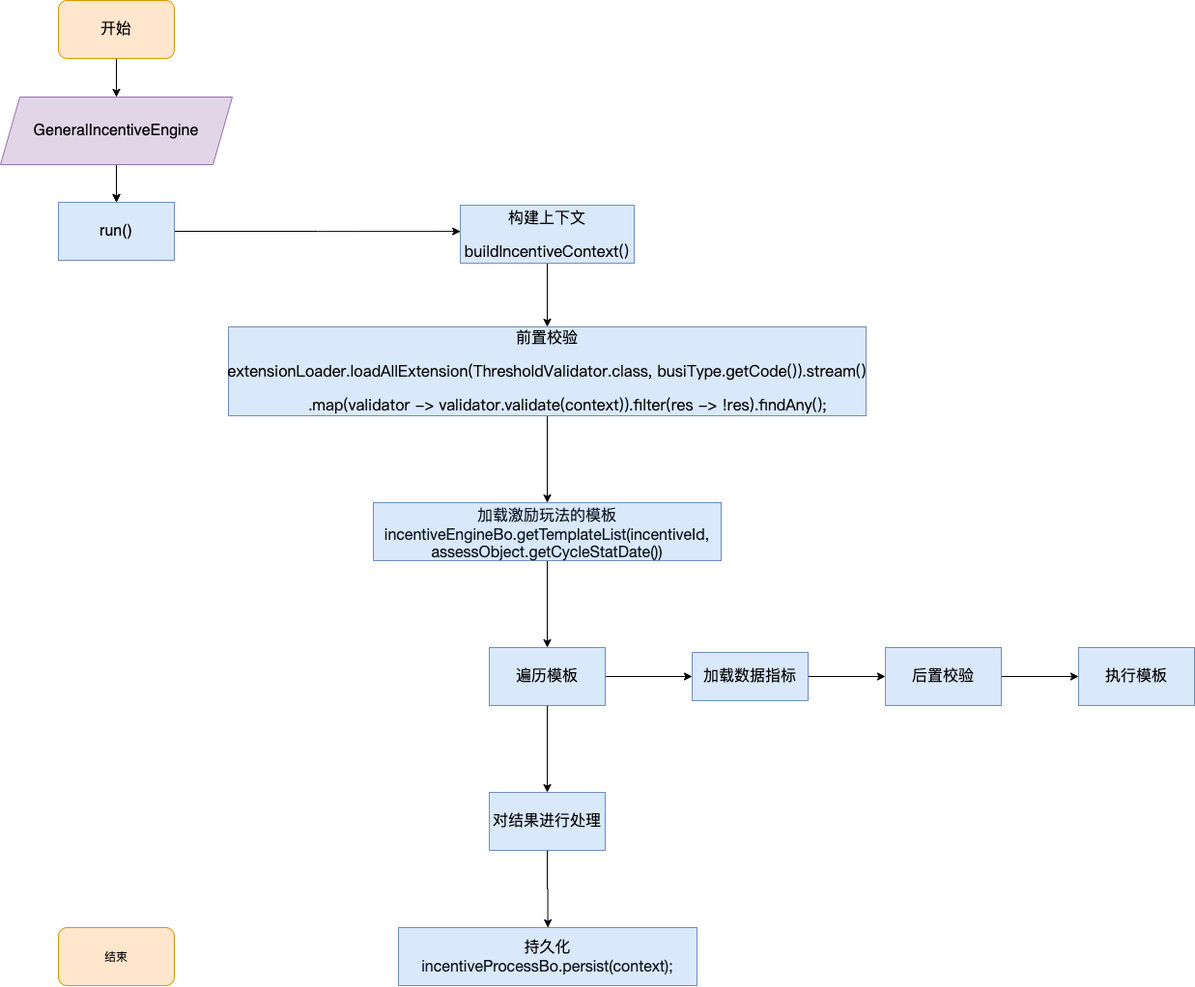
The draw.io diagram 激励业务流程.png in Martina001/diagram, before a commit. Source tidied: cells renumbered, new cells last; positions are measured from the earlier drawing's top-left corner, leaving out a move shared by most shapes. The source it was exported from:
```xml
<mxGraphModel>
  <root>
    <mxCell id="0" />
    <mxCell id="1" parent="0" />
    <mxCell id="2" style="edgeStyle=orthogonalEdgeStyle;rounded=0;jettySize=auto;html=1;fontSize=16;" parent="1" edge="1" source="3" target="6">
      <mxGeometry relative="1" as="geometry" />
    </mxCell>
    <mxCell id="3" value="开始" style="rounded=1;whiteSpace=wrap;html=1;fillColor=#ffe6cc;strokeColor=#d79b00;fontSize=16;" parent="1" vertex="1">
      <mxGeometry x="60" width="120" height="60" as="geometry" />
    </mxCell>
    <mxCell id="4" style="edgeStyle=orthogonalEdgeStyle;rounded=0;jettySize=auto;html=1;fontSize=16;" parent="1" edge="1" source="6" target="8">
      <mxGeometry relative="1" as="geometry" />
    </mxCell>
    <mxCell id="5" style="edgeStyle=orthogonalEdgeStyle;rounded=0;jettySize=auto;html=1;fontSize=16;" parent="1" edge="1" source="6" target="8">
      <mxGeometry relative="1" as="geometry" />
    </mxCell>
    <mxCell id="6" value="GeneralIncentiveEngine" style="shape=parallelogram;perimeter=parallelogramPerimeter;whiteSpace=wrap;html=1;fixedSize=1;fillColor=#e1d5e7;strokeColor=#9673a6;fontSize=16;" parent="1" vertex="1">
      <mxGeometry y="100" width="240" height="70" as="geometry" />
    </mxCell>
    <mxCell id="7" style="edgeStyle=orthogonalEdgeStyle;rounded=0;jettySize=auto;html=1;entryX=0.001;entryY=0.452;entryDx=0;entryDy=0;entryPerimeter=0;fontSize=16;" parent="1" edge="1" source="8" target="10">
      <mxGeometry relative="1" as="geometry" />
    </mxCell>
    <mxCell id="8" value="run()" style="whiteSpace=wrap;html=1;fillColor=#dae8fc;strokeColor=#6c8ebf;fontSize=16;" parent="1" vertex="1">
      <mxGeometry x="60" y="209" width="120" height="60" as="geometry" />
    </mxCell>
    <mxCell id="9" style="edgeStyle=orthogonalEdgeStyle;rounded=0;jettySize=auto;html=1;fontSize=16;" parent="1" edge="1" source="10" target="12">
      <mxGeometry relative="1" as="geometry" />
    </mxCell>
    <mxCell id="10" value="&lt;pre style=&quot;font-family: &amp;#34;jetbrains mono&amp;#34;&quot;&gt;&lt;font style=&quot;font-size: 16px&quot;&gt;构建上下文&lt;/font&gt;&lt;/pre&gt;&lt;pre style=&quot;font-family: &amp;#34;jetbrains mono&amp;#34;&quot;&gt;&lt;font style=&quot;font-size: 16px&quot;&gt;buildIncentiveContext()&lt;/font&gt;&lt;/pre&gt;" style="whiteSpace=wrap;html=1;fillColor=#dae8fc;strokeColor=#6c8ebf;fontSize=16;" parent="1" vertex="1">
      <mxGeometry x="476" y="212" width="180" height="60" as="geometry" />
    </mxCell>
    <mxCell id="11" style="edgeStyle=orthogonalEdgeStyle;rounded=0;jettySize=auto;html=1;fontSize=16;" parent="1" edge="1" source="12" target="14">
      <mxGeometry relative="1" as="geometry" />
    </mxCell>
    <mxCell id="12" value="&lt;pre style=&quot;font-family: &amp;#34;jetbrains mono&amp;#34;&quot;&gt;&lt;font style=&quot;font-size: 16px&quot;&gt;前置校验&lt;/font&gt;&lt;/pre&gt;&lt;pre style=&quot;font-family: &amp;#34;jetbrains mono&amp;#34;&quot;&gt;&lt;font style=&quot;font-size: 16px&quot;&gt;extensionLoader.loadAllExtension(ThresholdValidator.class, busiType.getCode()).stream()&lt;/font&gt;&lt;/pre&gt;&lt;pre style=&quot;font-family: &amp;#34;jetbrains mono&amp;#34;&quot;&gt;&lt;font style=&quot;font-size: 16px&quot;&gt;        .map(validator -&amp;gt; validator.validate(context)).filter(res -&amp;gt; !res).findAny();&lt;/font&gt;&lt;/pre&gt;" style="whiteSpace=wrap;html=1;fillColor=#dae8fc;strokeColor=#6c8ebf;fontSize=16;" parent="1" vertex="1">
      <mxGeometry x="236" y="338" width="660" height="92" as="geometry" />
    </mxCell>
    <mxCell id="13" style="edgeStyle=orthogonalEdgeStyle;rounded=0;jettySize=auto;html=1;fontSize=16;" parent="1" edge="1" source="14" target="17">
      <mxGeometry relative="1" as="geometry" />
    </mxCell>
    <mxCell id="14" value="&lt;p class=&quot;p1&quot; style=&quot;margin: 0px ; font-stretch: normal ; line-height: normal ; font-family: &amp;#34;helvetica neue&amp;#34; ; color: rgb(15 , 23 , 33)&quot;&gt;&lt;font style=&quot;font-size: 16px&quot;&gt;加载激励玩法的模板incentiveEngineBo.getTemplateList(incentiveId, assessObject.getCycleStatDate())&lt;/font&gt;&lt;/p&gt;" style="whiteSpace=wrap;html=1;fillColor=#dae8fc;strokeColor=#6c8ebf;fontSize=16;" parent="1" vertex="1">
      <mxGeometry x="386" y="520" width="360" height="60" as="geometry" />
    </mxCell>
    <mxCell id="15" style="edgeStyle=orthogonalEdgeStyle;rounded=0;jettySize=auto;html=1;startSize=1;jumpSize=4;arcSize=20;fontSize=16;" parent="1" edge="1" source="17" target="19">
      <mxGeometry relative="1" as="geometry" />
    </mxCell>
    <mxCell id="16" style="edgeStyle=orthogonalEdgeStyle;rounded=0;jettySize=auto;html=1;fontSize=16;" parent="1" edge="1" source="17" target="21">
      <mxGeometry relative="1" as="geometry" />
    </mxCell>
    <mxCell id="17" value="遍历模板" style="whiteSpace=wrap;html=1;fillColor=#dae8fc;strokeColor=#6c8ebf;fontSize=16;" parent="1" vertex="1">
      <mxGeometry x="506" y="670" width="120" height="60" as="geometry" />
    </mxCell>
    <mxCell id="18" style="edgeStyle=orthogonalEdgeStyle;rounded=0;jettySize=auto;html=1;fontSize=16;" parent="1" edge="1" source="19" target="24">
      <mxGeometry relative="1" as="geometry" />
    </mxCell>
    <mxCell id="19" value="加载数据指标" style="whiteSpace=wrap;html=1;fillColor=#dae8fc;strokeColor=#6c8ebf;fontSize=16;" parent="1" vertex="1">
      <mxGeometry x="716" y="675" width="120" height="50" as="geometry" />
    </mxCell>
    <mxCell id="20" style="edgeStyle=orthogonalEdgeStyle;rounded=0;jettySize=auto;html=1;fontSize=16;" parent="1" edge="1" source="21" target="22">
      <mxGeometry relative="1" as="geometry" />
    </mxCell>
    <mxCell id="21" value="对结果进行处理" style="whiteSpace=wrap;html=1;fillColor=#dae8fc;strokeColor=#6c8ebf;fontSize=16;" parent="1" vertex="1">
      <mxGeometry x="506" y="820" width="120" height="60" as="geometry" />
    </mxCell>
    <mxCell id="22" value="持久化&lt;br&gt;&lt;p class=&quot;p1&quot; style=&quot;margin: 0px ; font-stretch: normal ; line-height: normal ; font-family: &amp;#34;helvetica neue&amp;#34; ; color: rgb(15 , 23 , 33)&quot;&gt;&lt;font style=&quot;font-size: 16px&quot;&gt;incentiveProcessBo.persist(context);&lt;/font&gt;&lt;/p&gt;" style="whiteSpace=wrap;html=1;fillColor=#dae8fc;strokeColor=#6c8ebf;fontSize=16;" parent="1" vertex="1">
      <mxGeometry x="412" y="960" width="309" height="60" as="geometry" />
    </mxCell>
    <mxCell id="23" style="edgeStyle=orthogonalEdgeStyle;rounded=0;jettySize=auto;html=1;fontSize=16;" parent="1" edge="1" source="24" target="25">
      <mxGeometry relative="1" as="geometry" />
    </mxCell>
    <mxCell id="24" value="后置校验" style="whiteSpace=wrap;html=1;fontSize=16;strokeColor=#6c8ebf;fillColor=#dae8fc;" parent="1" vertex="1">
      <mxGeometry x="916" y="670" width="120" height="60" as="geometry" />
    </mxCell>
    <mxCell id="25" value="执行模板" style="whiteSpace=wrap;html=1;fontSize=16;strokeColor=#6c8ebf;fillColor=#dae8fc;" parent="1" vertex="1">
      <mxGeometry x="1116" y="670" width="120" height="60" as="geometry" />
    </mxCell>
    <mxCell id="26" value="结束" style="rounded=1;whiteSpace=wrap;html=1;fillColor=#ffe6cc;strokeColor=#d79b00;" parent="1" vertex="1">
      <mxGeometry x="60" y="960" width="120" height="60" as="geometry" />
    </mxCell>
  </root>
</mxGraphModel>
```
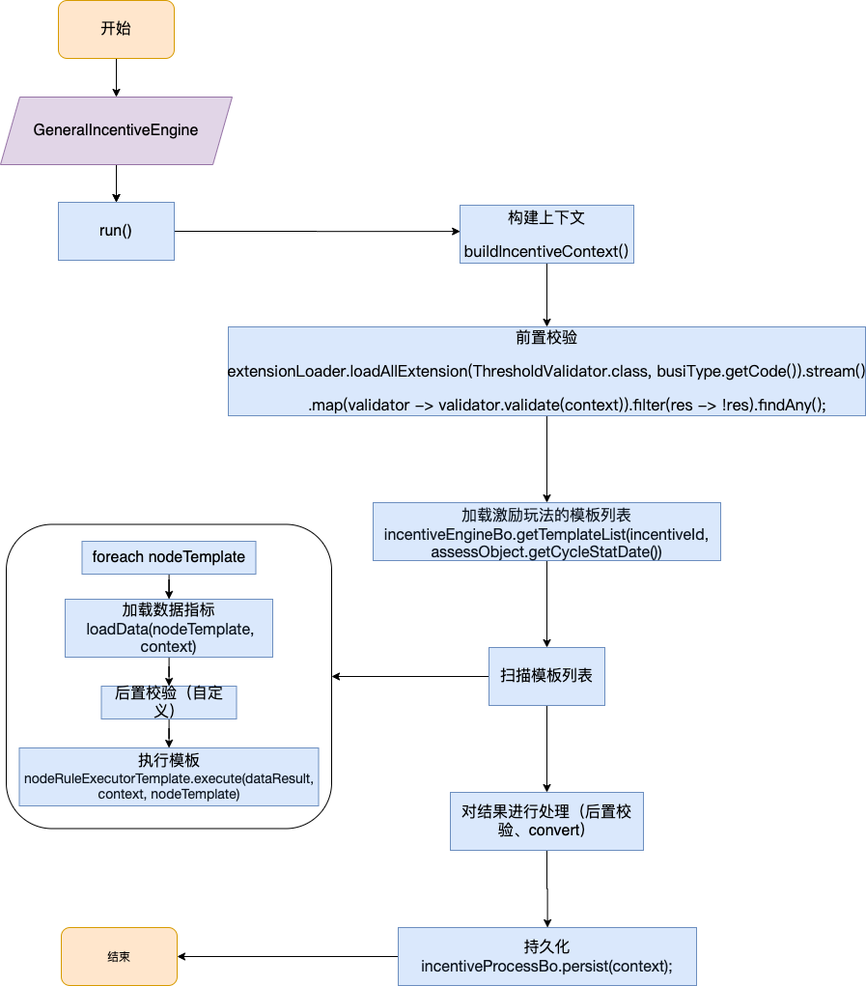
Above is the later version.

Commit message:
Update 激励业务流程.png

What changed in the source:
```diff
@@ -2,6 +2,9 @@
   <root>
     <mxCell id="0" />
     <mxCell id="1" parent="0" />
+    <mxCell id="27" style="rounded=1;whiteSpace=wrap;html=1;fontSize=16;fillColor=none;" parent="1" vertex="1">
+      <mxGeometry x="6" y="542.5" width="337" height="315" as="geometry" />
+    </mxCell>
     <mxCell id="2" style="edgeStyle=orthogonalEdgeStyle;rounded=0;jettySize=auto;html=1;fontSize=16;" parent="1" edge="1" source="3" target="6">
       <mxGeometry relative="1" as="geometry" />
     </mxCell>
@@ -38,44 +41,53 @@
     <mxCell id="13" style="edgeStyle=orthogonalEdgeStyle;rounded=0;jettySize=auto;html=1;fontSize=16;" parent="1" edge="1" source="14" target="17">
       <mxGeometry relative="1" as="geometry" />
     </mxCell>
-    <mxCell id="14" value="&lt;p class=&quot;p1&quot; style=&quot;margin: 0px ; font-stretch: normal ; line-height: normal ; font-family: &amp;#34;helvetica neue&amp;#34; ; color: rgb(15 , 23 , 33)&quot;&gt;&lt;font style=&quot;font-size: 16px&quot;&gt;加载激励玩法的模板incentiveEngineBo.getTemplateList(incentiveId, assessObject.getCycleStatDate())&lt;/font&gt;&lt;/p&gt;" style="whiteSpace=wrap;html=1;fillColor=#dae8fc;strokeColor=#6c8ebf;fontSize=16;" parent="1" vertex="1">
+    <mxCell id="14" value="&lt;p class=&quot;p1&quot; style=&quot;margin: 0px ; font-stretch: normal ; line-height: normal ; font-family: &amp;#34;helvetica neue&amp;#34; ; color: rgb(15 , 23 , 33)&quot;&gt;&lt;font style=&quot;font-size: 16px&quot;&gt;加载激励玩法的模板列表incentiveEngineBo.getTemplateList(incentiveId, assessObject.getCycleStatDate())&lt;/font&gt;&lt;/p&gt;" style="whiteSpace=wrap;html=1;fillColor=#dae8fc;strokeColor=#6c8ebf;fontSize=16;" parent="1" vertex="1">
       <mxGeometry x="386" y="520" width="360" height="60" as="geometry" />
     </mxCell>
-    <mxCell id="15" style="edgeStyle=orthogonalEdgeStyle;rounded=0;jettySize=auto;html=1;startSize=1;jumpSize=4;arcSize=20;fontSize=16;" parent="1" edge="1" source="17" target="19">
+    <mxCell id="15" style="edgeStyle=orthogonalEdgeStyle;rounded=0;jettySize=auto;html=1;startSize=1;jumpSize=4;arcSize=20;fontSize=16;entryX=1;entryY=0.5;entryDx=0;entryDy=0;" parent="1" edge="1" source="17" target="27">
       <mxGeometry relative="1" as="geometry" />
     </mxCell>
     <mxCell id="16" style="edgeStyle=orthogonalEdgeStyle;rounded=0;jettySize=auto;html=1;fontSize=16;" parent="1" edge="1" source="17" target="21">
       <mxGeometry relative="1" as="geometry" />
     </mxCell>
-    <mxCell id="17" value="遍历模板" style="whiteSpace=wrap;html=1;fillColor=#dae8fc;strokeColor=#6c8ebf;fontSize=16;" parent="1" vertex="1">
+    <mxCell id="17" value="扫描模板列表" style="whiteSpace=wrap;html=1;fillColor=#dae8fc;strokeColor=#6c8ebf;fontSize=16;" parent="1" vertex="1">
       <mxGeometry x="506" y="670" width="120" height="60" as="geometry" />
     </mxCell>
     <mxCell id="18" style="edgeStyle=orthogonalEdgeStyle;rounded=0;jettySize=auto;html=1;fontSize=16;" parent="1" edge="1" source="19" target="24">
       <mxGeometry relative="1" as="geometry" />
     </mxCell>
-    <mxCell id="19" value="加载数据指标" style="whiteSpace=wrap;html=1;fillColor=#dae8fc;strokeColor=#6c8ebf;fontSize=16;" parent="1" vertex="1">
-      <mxGeometry x="716" y="675" width="120" height="50" as="geometry" />
+    <mxCell id="19" value="加载数据指标&lt;br&gt;&lt;p class=&quot;p1&quot; style=&quot;margin: 0px ; font-stretch: normal ; line-height: normal ; font-family: &amp;#34;helvetica neue&amp;#34; ; color: rgb(15 , 23 , 33)&quot;&gt;&lt;span class=&quot;Apple-converted-space&quot; style=&quot;font-size: 14px&quot;&gt;&amp;nbsp;&lt;/span&gt;&lt;font style=&quot;font-size: 16px&quot;&gt;loadData(nodeTemplate, context)&lt;/font&gt;&lt;/p&gt;" style="whiteSpace=wrap;html=1;fillColor=#dae8fc;strokeColor=#6c8ebf;fontSize=16;" parent="1" vertex="1">
+      <mxGeometry x="67" y="620" width="215" height="60" as="geometry" />
     </mxCell>
     <mxCell id="20" style="edgeStyle=orthogonalEdgeStyle;rounded=0;jettySize=auto;html=1;fontSize=16;" parent="1" edge="1" source="21" target="22">
       <mxGeometry relative="1" as="geometry" />
     </mxCell>
-    <mxCell id="21" value="对结果进行处理" style="whiteSpace=wrap;html=1;fillColor=#dae8fc;strokeColor=#6c8ebf;fontSize=16;" parent="1" vertex="1">
-      <mxGeometry x="506" y="820" width="120" height="60" as="geometry" />
+    <mxCell id="21" value="对结果进行处理（后置校验、convert）" style="whiteSpace=wrap;html=1;fillColor=#dae8fc;strokeColor=#6c8ebf;fontSize=16;" parent="1" vertex="1">
+      <mxGeometry x="466" y="820" width="200" height="60" as="geometry" />
     </mxCell>
+    <mxCell id="28" style="edgeStyle=orthogonalEdgeStyle;rounded=0;jettySize=auto;html=1;fontSize=16;entryX=1;entryY=0.5;entryDx=0;entryDy=0;" parent="1" edge="1" source="22" target="26">
+      <mxGeometry relative="1" as="geometry" />
+    </mxCell>
     <mxCell id="22" value="持久化&lt;br&gt;&lt;p class=&quot;p1&quot; style=&quot;margin: 0px ; font-stretch: normal ; line-height: normal ; font-family: &amp;#34;helvetica neue&amp;#34; ; color: rgb(15 , 23 , 33)&quot;&gt;&lt;font style=&quot;font-size: 16px&quot;&gt;incentiveProcessBo.persist(context);&lt;/font&gt;&lt;/p&gt;" style="whiteSpace=wrap;html=1;fillColor=#dae8fc;strokeColor=#6c8ebf;fontSize=16;" parent="1" vertex="1">
       <mxGeometry x="412" y="960" width="309" height="60" as="geometry" />
     </mxCell>
     <mxCell id="23" style="edgeStyle=orthogonalEdgeStyle;rounded=0;jettySize=auto;html=1;fontSize=16;" parent="1" edge="1" source="24" target="25">
       <mxGeometry relative="1" as="geometry" />
     </mxCell>
-    <mxCell id="24" value="后置校验" style="whiteSpace=wrap;html=1;fontSize=16;strokeColor=#6c8ebf;fillColor=#dae8fc;" parent="1" vertex="1">
-      <mxGeometry x="916" y="670" width="120" height="60" as="geometry" />
+    <mxCell id="24" value="后置校验（自定义）" style="whiteSpace=wrap;html=1;fontSize=16;strokeColor=#6c8ebf;fillColor=#dae8fc;" parent="1" vertex="1">
+      <mxGeometry x="104.5" y="710" width="140" height="34" as="geometry" />
     </mxCell>
-    <mxCell id="25" value="执行模板" style="whiteSpace=wrap;html=1;fontSize=16;strokeColor=#6c8ebf;fillColor=#dae8fc;" parent="1" vertex="1">
-      <mxGeometry x="1116" y="670" width="120" height="60" as="geometry" />
+    <mxCell id="25" value="执行模板&lt;br&gt;&lt;p class=&quot;p1&quot; style=&quot;margin: 0px ; font-stretch: normal ; font-size: 14px ; line-height: normal ; font-family: &amp;#34;helvetica neue&amp;#34; ; color: rgb(15 , 23 , 33)&quot;&gt;nodeRuleExecutorTemplate.&lt;span&gt;execute(dataResult, context, nodeTemplate)&lt;/span&gt;&lt;/p&gt;" style="whiteSpace=wrap;html=1;fontSize=16;strokeColor=#6c8ebf;fillColor=#dae8fc;" parent="1" vertex="1">
+      <mxGeometry x="19.5" y="774" width="310" height="60" as="geometry" />
     </mxCell>
     <mxCell id="26" value="结束" style="rounded=1;whiteSpace=wrap;html=1;fillColor=#ffe6cc;strokeColor=#d79b00;" parent="1" vertex="1">
-      <mxGeometry x="60" y="960" width="120" height="60" as="geometry" />
+      <mxGeometry x="63" y="960" width="120" height="60" as="geometry" />
     </mxCell>
+    <mxCell id="29" style="edgeStyle=orthogonalEdgeStyle;rounded=0;jettySize=auto;html=1;fontSize=16;" parent="1" edge="1" source="30" target="19">
+      <mxGeometry relative="1" as="geometry" />
+    </mxCell>
+    <mxCell id="30" value="foreach nodeTemplate" style="whiteSpace=wrap;html=1;fontSize=16;strokeColor=#6c8ebf;fillColor=#dae8fc;" parent="1" vertex="1">
+      <mxGeometry x="84.5" y="560" width="180" height="34" as="geometry" />
+    </mxCell>
   </root>
 </mxGraphModel>
```
